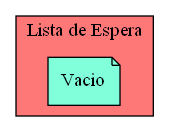
Serch-ING/EDD_UDRAWING_202000119 keeps this Graphviz diagram as Circular_Doble_espera.png. Above is the earlier version. Its source is kept beside it as Circular_Doble_espera.dot.
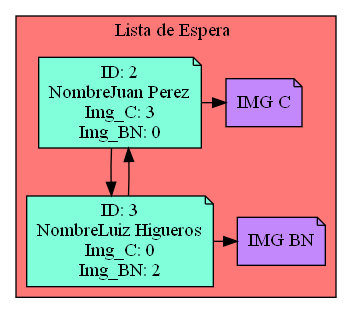
The same diagram one commit later.

What changed in the source:
```diff
@@ -1,8 +1,22 @@
 digraph L {
 node[shape=note fillcolor="#A181FF" style =filled]
 subgraph cluster_p{
-    label= "Lista de Espera"
+    label= "Lista de Espera "
     bgcolor = "#FF7878"
-Nodo1008925772[label="Vacio",fillcolor="#81FFDA"]
+Nodo568221876[label="ID: 2
+NombreJuan Perez
+Img_C: 3
+Img_BN: 0",fillcolor="#81FFDA"]
+Nodo1585635178[label="ID: 3
+NombreLuiz Higueros
+Img_C: 0
+Img_BN: 2",fillcolor="#81FFDA"]
 
-}}
+Nodo568221876 -> Nodo1585635178
+Nodo568221876->Nodo56822187611111
+Nodo56822187611111[label="IMG C",fillcolor="#C388FC"]
+{rank=same;Nodo568221876,Nodo56822187611111}
+Nodo1585635178 -> Nodo568221876
+Nodo1585635178->Nodo158563517800001
+Nodo158563517800001[label="IMG BN",fillcolor="#C388FC"]
+{rank=same;Nodo1585635178,Nodo158563517800001}}}
```
